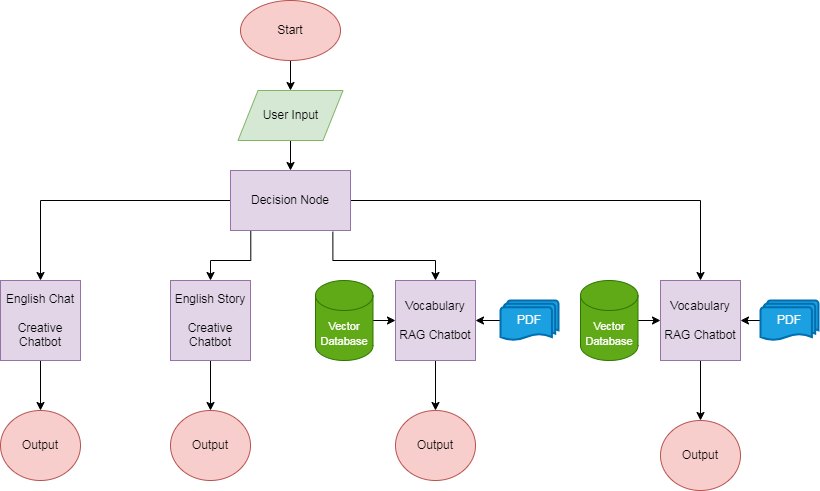
The draw.io diagram examples/e5/assets/workflow.png in alldbi/ChatFlow, before a commit. Source tidied: cells renumbered, new cells last; positions are measured from the earlier drawing's top-left corner, leaving out a move shared by most shapes.
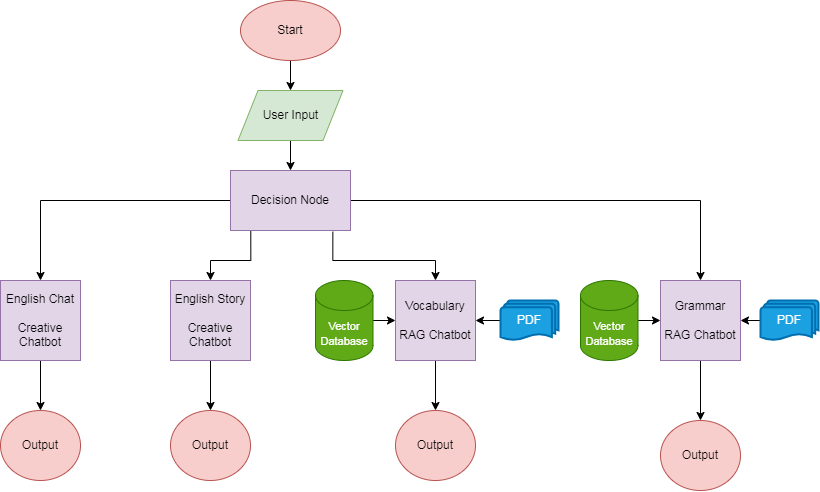
After the change.

Commit message:
modified:   examples/e5/assets/workflow.png

Change to the diagram source:
```diff
@@ -42,7 +42,7 @@
     <mxCell id="11" style="edgeStyle=orthogonalEdgeStyle;rounded=0;jettySize=auto;html=1;exitX=0.5;exitY=1;exitDx=0;exitDy=0;entryX=0.5;entryY=0;entryDx=0;entryDy=0;" parent="1" edge="1" source="12" target="19">
       <mxGeometry relative="1" as="geometry" />
     </mxCell>
-    <mxCell id="12" value="Vocabulary&lt;div&gt;&lt;br&gt;&lt;/div&gt;&lt;div&gt;RAG Chatbot&lt;/div&gt;" style="whiteSpace=wrap;html=1;fillColor=#e1d5e7;strokeColor=#9673a6;" parent="1" vertex="1">
+    <mxCell id="12" value="Grammar&lt;div&gt;&lt;br&gt;&lt;/div&gt;&lt;div&gt;RAG Chatbot&lt;/div&gt;" style="whiteSpace=wrap;html=1;fillColor=#e1d5e7;strokeColor=#9673a6;" parent="1" vertex="1">
       <mxGeometry x="660" y="280" width="80" height="80" as="geometry" />
     </mxCell>
     <mxCell id="13" style="edgeStyle=orthogonalEdgeStyle;rounded=0;jettySize=auto;html=1;exitX=0.5;exitY=1;exitDx=0;exitDy=0;entryX=0.5;entryY=0;entryDx=0;entryDy=0;" parent="1" edge="1" source="14" target="20">
```
